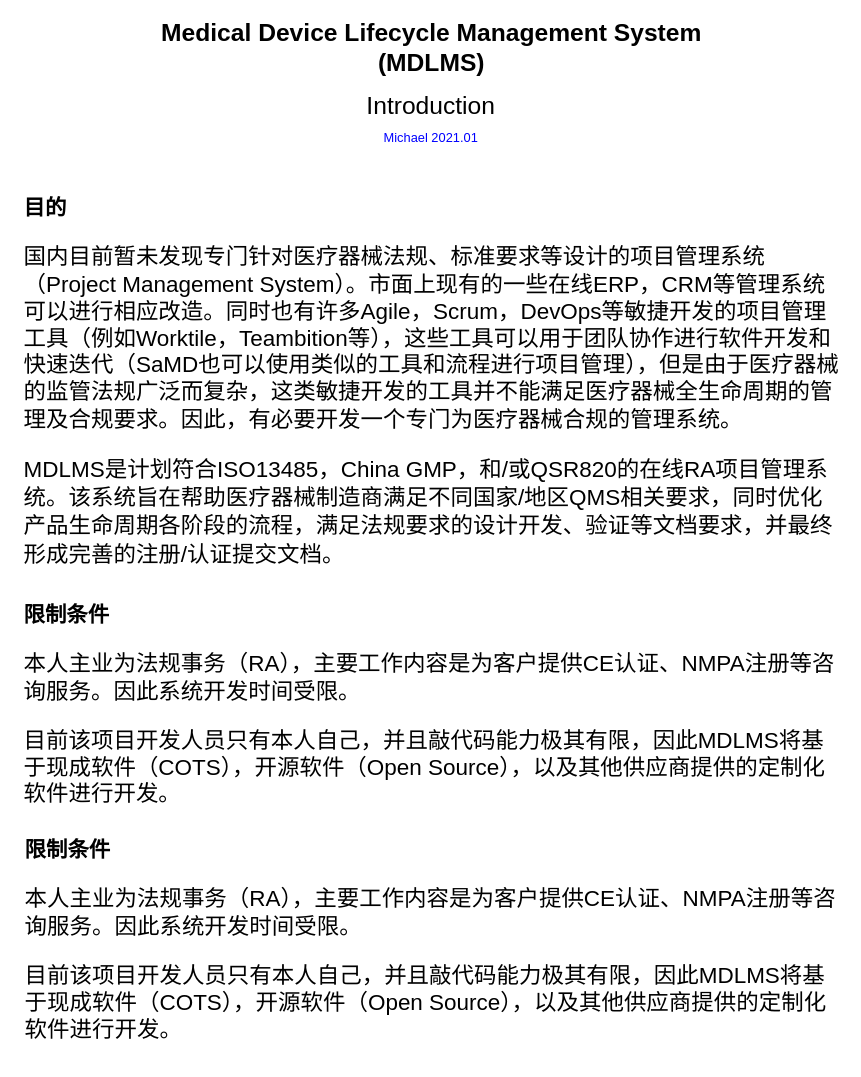
This is page "Introduction" (1 of 8) of Full lifecycle.drawio from RASAAS/NMPAWORKFLOW, a draw.io file, before an edit. Source tidied: cells renumbered, new cells numbered last; positions are measured from the earlier drawing's top-left corner, leaving out a move shared by most shapes. Both pictures are drawn from the tidied source at 107%, with x=0, y=0 at pixel (18, 42).
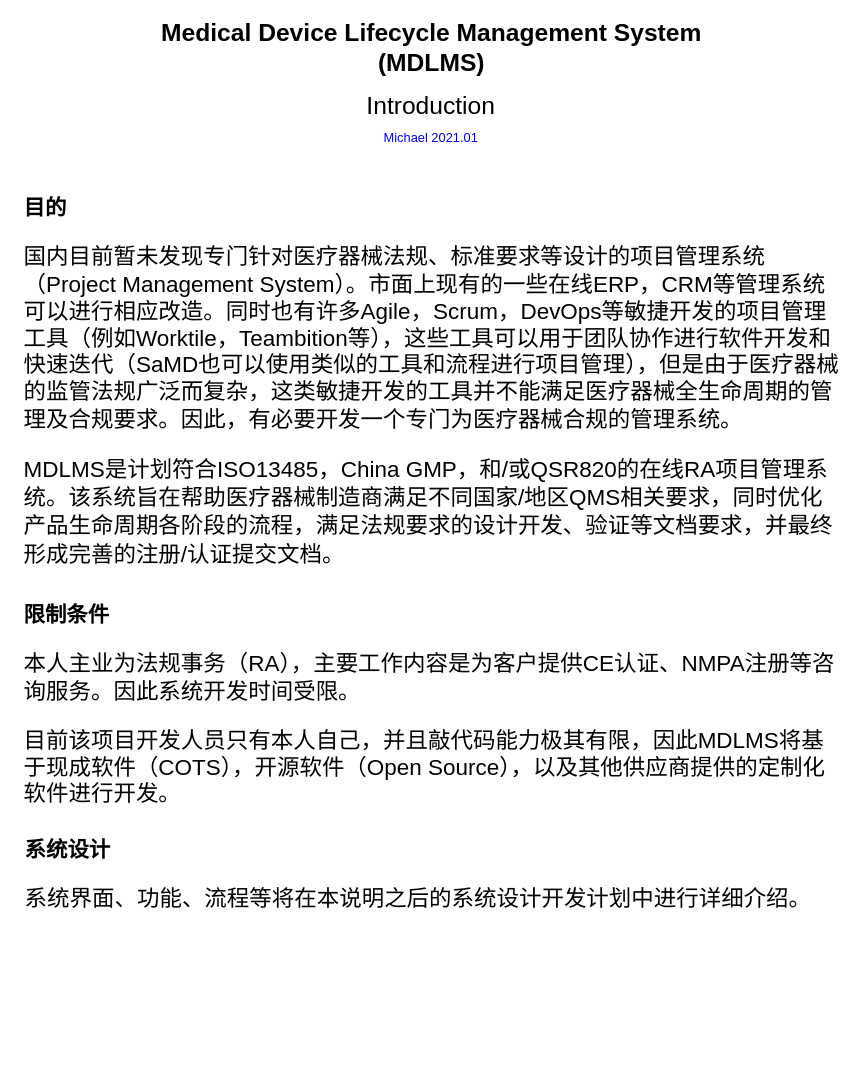
The same diagram, later.

What changed in the source:
```diff
@@
 <mxGraphModel>
   <root>
     <mxCell id="0" />
     <mxCell id="1" parent="0" />
     <mxCell id="2" value="Medical Device Lifecycle Management System&lt;br&gt;(MDLMS)" style="rounded=0;whiteSpace=wrap;html=1;fontSize=23;fontStyle=1;strokeColor=none;" parent="1" vertex="1">
       <mxGeometry x="125.5" width="520" height="10" as="geometry" />
     </mxCell>
     <mxCell id="3" value="Introduction" style="text;html=1;strokeColor=none;fillColor=none;align=center;verticalAlign=middle;whiteSpace=wrap;rounded=0;fontSize=23;" parent="1" vertex="1">
       <mxGeometry x="203" y="50" width="365" height="20" as="geometry" />
     </mxCell>
     <mxCell id="4" value="&lt;h1 style=&quot;font-size: 20px&quot;&gt;目的&lt;/h1&gt;&lt;p style=&quot;font-size: 21px&quot;&gt;&lt;span&gt;国内目前暂未发现专门针对医疗器械法规、标准要求等设计的项目管理系统（Project Management System）。市面上现有的一些在线ERP，CRM等管理系统可以进行相应改造。同时也有许多Agile，Scrum，DevOps等敏捷开发的项目管理工具（例如Worktile，Teambition等），这些工具可以用于团队协作进行软件开发和快速迭代（SaMD也可以使用类似的工具和流程进行项目管理），但是由于医疗器械的监管法规广泛而复杂，这类敏捷开发的工具并不能满足医疗器械全生命周期的管理及合规要求。因此，有必要开发一个专门为医疗器械合规的管理系统。&lt;/span&gt;&lt;br&gt;&lt;/p&gt;&lt;p style=&quot;font-size: 22px&quot;&gt;&lt;span style=&quot;font-size: 21px&quot;&gt;MDLMS是计划符合ISO13485，China GMP，和/或QSR820的在线RA项目管理系统。该系统旨在帮助医疗器械制造商满足不同国家/地区QMS相关要求，同时优化产品生命周期各阶段的流程，满足法规要求的设计开发、验证等文档要求，并最终形成完善的注册/认证提交文档。&lt;/span&gt;&lt;br&gt;&lt;/p&gt;" style="text;html=1;strokeColor=none;fillColor=none;spacing=5;spacingTop=-20;whiteSpace=wrap;overflow=hidden;rounded=0;fontSize=22;" parent="1" vertex="1">
       <mxGeometry y="140" width="770" height="380" as="geometry" />
     </mxCell>
     <mxCell id="5" value="&lt;h1 style=&quot;font-size: 20px&quot;&gt;限制条件&lt;/h1&gt;&lt;p style=&quot;font-size: 21px&quot;&gt;&lt;span&gt;本人主业为法规事务（RA），主要工作内容是为客户提供CE认证、NMPA注册等咨询服务。因此系统开发时间受限。&lt;/span&gt;&lt;br&gt;&lt;/p&gt;&lt;p style=&quot;font-size: 21px&quot;&gt;&lt;span&gt;目前该项目开发人员只有本人自己，并且敲代码能力极其有限，因此MDLMS将基于现成软件（COTS），开源软件（Open Source），以及其他供应商提供的定制化软件进行开发。&lt;/span&gt;&lt;/p&gt;&lt;span style=&quot;font-size: 21px&quot;&gt;&lt;br&gt;&lt;/span&gt;" style="text;html=1;strokeColor=none;fillColor=none;spacing=5;spacingTop=-20;whiteSpace=wrap;overflow=hidden;rounded=0;fontSize=22;" parent="1" vertex="1">
       <mxGeometry y="520" width="770" height="210" as="geometry" />
     </mxCell>
     <mxCell id="6" value="Michael 2021.01" style="text;html=1;align=center;verticalAlign=middle;fontSize=12;fontColor=#0000FF;" parent="1" vertex="1">
       <mxGeometry x="335" y="80" width="100" height="20" as="geometry" />
     </mxCell>
-    <mxCell id="7" value="&lt;h1 style=&quot;font-size: 20px&quot;&gt;限制条件&lt;/h1&gt;&lt;p style=&quot;font-size: 21px&quot;&gt;&lt;span&gt;本人主业为法规事务（RA），主要工作内容是为客户提供CE认证、NMPA注册等咨询服务。因此系统开发时间受限。&lt;/span&gt;&lt;br&gt;&lt;/p&gt;&lt;p style=&quot;font-size: 21px&quot;&gt;&lt;span&gt;目前该项目开发人员只有本人自己，并且敲代码能力极其有限，因此MDLMS将基于现成软件（COTS），开源软件（Open Source），以及其他供应商提供的定制化软件进行开发。&lt;/span&gt;&lt;/p&gt;&lt;span style=&quot;font-size: 21px&quot;&gt;&lt;br&gt;&lt;/span&gt;" style="text;html=1;strokeColor=none;fillColor=none;spacing=5;spacingTop=-20;whiteSpace=wrap;overflow=hidden;rounded=0;fontSize=22;" parent="1" vertex="1">
+    <mxCell id="7" value="&lt;h1 style=&quot;font-size: 20px&quot;&gt;系统设计&lt;/h1&gt;&lt;p style=&quot;font-size: 21px&quot;&gt;系统界面、功能、流程等将在本说明之后的系统设计开发计划中进行详细介绍。&lt;/p&gt;&lt;span style=&quot;font-size: 21px&quot;&gt;&lt;br&gt;&lt;/span&gt;" style="text;html=1;strokeColor=none;fillColor=none;spacing=5;spacingTop=-20;whiteSpace=wrap;overflow=hidden;rounded=0;fontSize=22;" parent="1" vertex="1">
       <mxGeometry x="0.5" y="740" width="770" height="210" as="geometry" />
     </mxCell>
   </root>
 </mxGraphModel>
```
